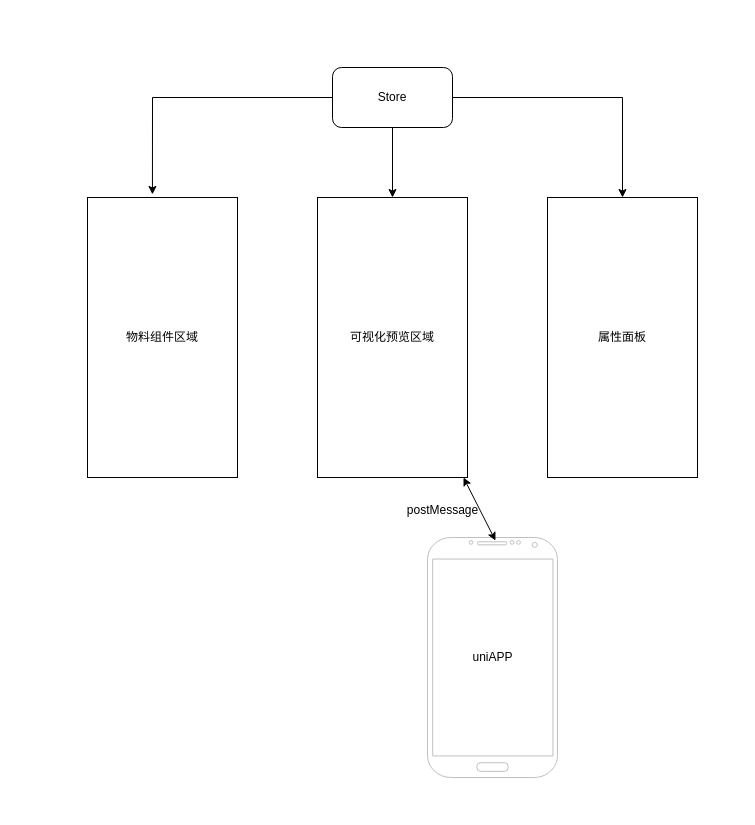
Above: 平台设计图.drawio in yuxinyu12345/diagrams (draw.io), before the change. Source tidied: cells renumbered, new cells numbered last; positions are measured from the earlier drawing's top-left corner, leaving out a move shared by most shapes. Both pictures are drawn from the tidied source at 100%, with x=0, y=0 at pixel (87, 67).
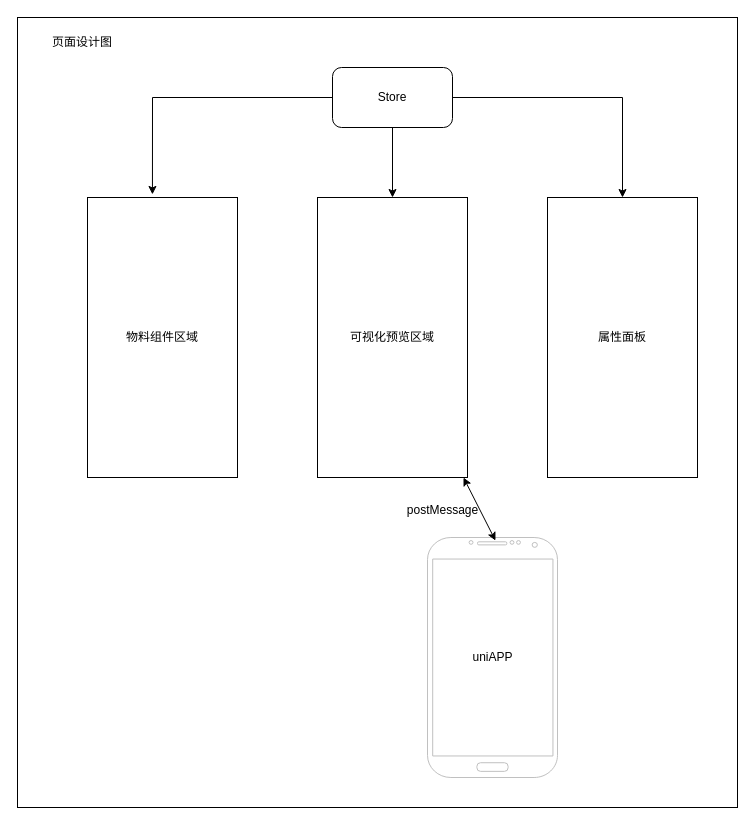
Above is the later version.

Commit message:
更新平台设计图.drawio

What changed in the source:
```diff
@@
 <mxGraphModel>
   <root>
     <mxCell id="0" />
     <mxCell id="1" parent="0" />
+    <mxCell id="13" style="rounded=0;whiteSpace=wrap;html=1;" parent="1" vertex="1">
+      <mxGeometry x="-70" y="-50" width="720" height="790" as="geometry" />
+    </mxCell>
     <mxCell id="2" value="物料组件区域" style="rounded=0;whiteSpace=wrap;html=1;" parent="1" vertex="1">
       <mxGeometry y="130" width="150" height="280" as="geometry" />
     </mxCell>
     <mxCell id="3" value="可视化预览区域" style="rounded=0;whiteSpace=wrap;html=1;" parent="1" vertex="1">
       <mxGeometry x="230" y="130" width="150" height="280" as="geometry" />
     </mxCell>
     <mxCell id="4" value="属性面板" style="rounded=0;whiteSpace=wrap;html=1;" parent="1" vertex="1">
       <mxGeometry x="460" y="130" width="150" height="280" as="geometry" />
     </mxCell>
     <mxCell id="5" style="verticalLabelPosition=bottom;verticalAlign=top;html=1;shadow=0;dashed=0;strokeWidth=1;shape=mxgraph.android.phone2;strokeColor=#c0c0c0;" parent="1" vertex="1">
       <mxGeometry x="340" y="470" width="130" height="240" as="geometry" />
     </mxCell>
     <mxCell id="6" style="endArrow=classic;startArrow=classic;html=1;rounded=0;exitX=0.523;exitY=0.013;exitDx=0;exitDy=0;exitPerimeter=0;" parent="1" edge="1" source="5" target="3">
       <mxGeometry relative="1" as="geometry" />
     </mxCell>
     <mxCell id="7" value="postMessage" style="text;html=1;align=center;verticalAlign=middle;strokeColor=none;fillColor=none;" parent="1" vertex="1">
       <mxGeometry x="310" y="428" width="90" height="30" as="geometry" />
     </mxCell>
     <mxCell id="8" style="edgeStyle=orthogonalEdgeStyle;rounded=0;jettySize=auto;html=1;exitX=1;exitY=0.5;exitDx=0;exitDy=0;entryX=0.5;entryY=0;entryDx=0;entryDy=0;" parent="1" edge="1" source="10" target="4">
       <mxGeometry relative="1" as="geometry" />
     </mxCell>
     <mxCell id="9" style="edgeStyle=orthogonalEdgeStyle;rounded=0;jettySize=auto;html=1;exitX=0.5;exitY=1;exitDx=0;exitDy=0;" parent="1" edge="1" source="10" target="3">
       <mxGeometry relative="1" as="geometry" />
     </mxCell>
     <mxCell id="10" value="Store" style="rounded=1;whiteSpace=wrap;html=1;" parent="1" vertex="1">
       <mxGeometry x="245" width="120" height="60" as="geometry" />
     </mxCell>
     <mxCell id="11" style="edgeStyle=orthogonalEdgeStyle;rounded=0;jettySize=auto;html=1;exitX=0;exitY=0.5;exitDx=0;exitDy=0;entryX=0.433;entryY=-0.011;entryDx=0;entryDy=0;entryPerimeter=0;" parent="1" edge="1" source="10" target="2">
       <mxGeometry relative="1" as="geometry" />
     </mxCell>
     <mxCell id="12" value="uniAPP" style="text;html=1;align=center;verticalAlign=middle;strokeColor=none;fillColor=none;" parent="1" vertex="1">
       <mxGeometry x="375" y="575" width="60" height="30" as="geometry" />
     </mxCell>
+    <mxCell id="14" value="页面设计图" style="text;html=1;strokeColor=none;fillColor=none;align=center;verticalAlign=middle;whiteSpace=wrap;rounded=0;" parent="1" vertex="1">
+      <mxGeometry x="-50" y="-40" width="90" height="30" as="geometry" />
+    </mxCell>
   </root>
 </mxGraphModel>
```
